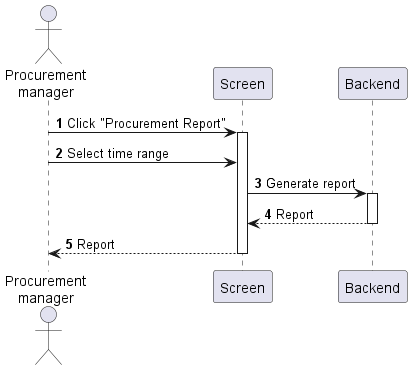
Above: sequences/procurement-generate-report.png in phihungha/scmss-reqs (PlantUML), before the change.
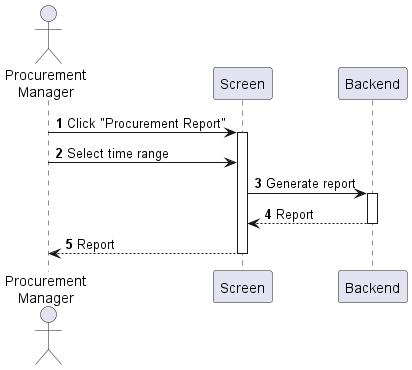
The same diagram one commit later.

Diff of the diagram source:
```diff
@@ -1,7 +1,7 @@
 @startuml procurement-generate-report
 autonumber
 
-actor "Procurement\nmanager" as a
+actor "Procurement\nManager" as a
 participant Screen as f
 participant Backend as b
 
```
